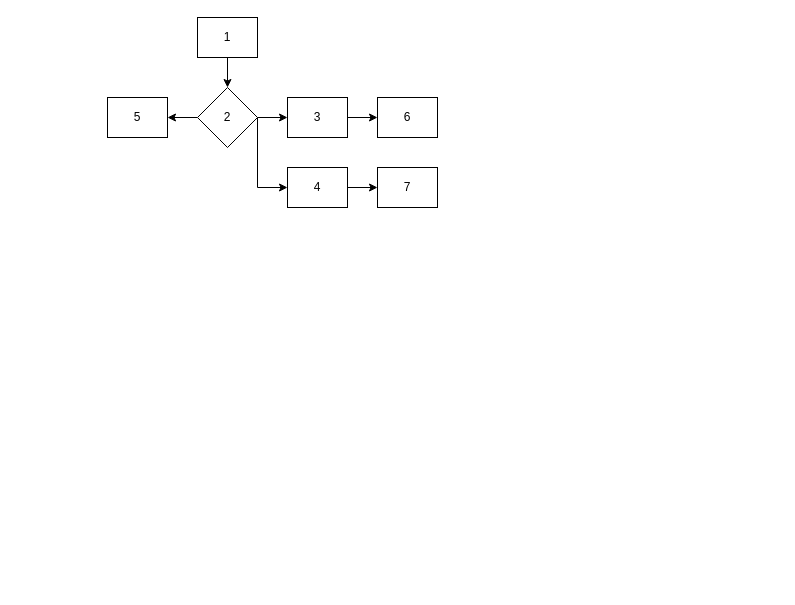
Above: conditional_fork.drawio in praneethsai83/GenericProcessing (draw.io), before the change. Source tidied: cells renumbered, new cells numbered last; positions are measured from the earlier drawing's top-left corner, leaving out a move shared by most shapes. Both pictures are drawn from the tidied source at 100%, with x=0, y=0 at pixel (107, 17).
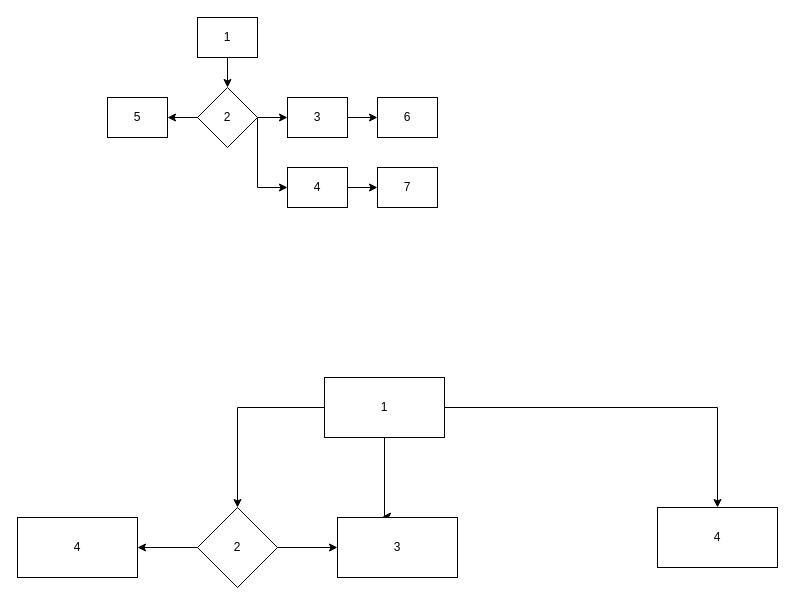
The same page after the edit.

Diff of the diagram source:
```diff
@@
+    <mxCell id="15" style="edgeStyle=orthogonalEdgeStyle;rounded=0;jettySize=auto;html=1;" parent="1" edge="1" source="18" target="22">
+      <mxGeometry relative="1" as="geometry" />
+    </mxCell>
+    <mxCell id="16" style="edgeStyle=orthogonalEdgeStyle;rounded=0;jettySize=auto;html=1;" parent="1" edge="1" source="18" target="24">
+      <mxGeometry relative="1" as="geometry" />
+    </mxCell>
+    <mxCell id="17" style="edgeStyle=orthogonalEdgeStyle;rounded=0;jettySize=auto;html=1;entryX=0.375;entryY=-0.017;entryDx=0;entryDy=0;entryPerimeter=0;" parent="1" edge="1" source="18" target="19">
+      <mxGeometry relative="1" as="geometry">
+        <Array as="points">
+          <mxPoint x="277" y="499" />
+        </Array>
+      </mxGeometry>
+    </mxCell>
+    <mxCell id="18" value="1" style="rounded=0;whiteSpace=wrap;html=1;" parent="1" vertex="1">
+      <mxGeometry x="217" y="360" width="120" height="60" as="geometry" />
+    </mxCell>
+    <mxCell id="19" value="3" style="rounded=0;whiteSpace=wrap;html=1;" parent="1" vertex="1">
+      <mxGeometry x="230" y="500" width="120" height="60" as="geometry" />
+    </mxCell>
+    <mxCell id="20" style="edgeStyle=orthogonalEdgeStyle;rounded=0;jettySize=auto;html=1;" parent="1" edge="1" source="22" target="23">
+      <mxGeometry relative="1" as="geometry" />
+    </mxCell>
+    <mxCell id="21" style="edgeStyle=orthogonalEdgeStyle;rounded=0;jettySize=auto;html=1;entryX=0;entryY=0.5;entryDx=0;entryDy=0;" parent="1" edge="1" source="22" target="19">
+      <mxGeometry relative="1" as="geometry" />
+    </mxCell>
+    <mxCell id="22" value="2" style="rhombus;whiteSpace=wrap;html=1;rounded=0;" parent="1" vertex="1">
+      <mxGeometry x="90" y="490" width="80" height="80" as="geometry" />
+    </mxCell>
+    <mxCell id="23" value="4" style="whiteSpace=wrap;html=1;rounded=0;" parent="1" vertex="1">
+      <mxGeometry x="-90" y="500" width="120" height="60" as="geometry" />
+    </mxCell>
+    <mxCell id="24" value="4" style="whiteSpace=wrap;html=1;rounded=0;" parent="1" vertex="1">
+      <mxGeometry x="550" y="490" width="120" height="60" as="geometry" />
+    </mxCell>
```
